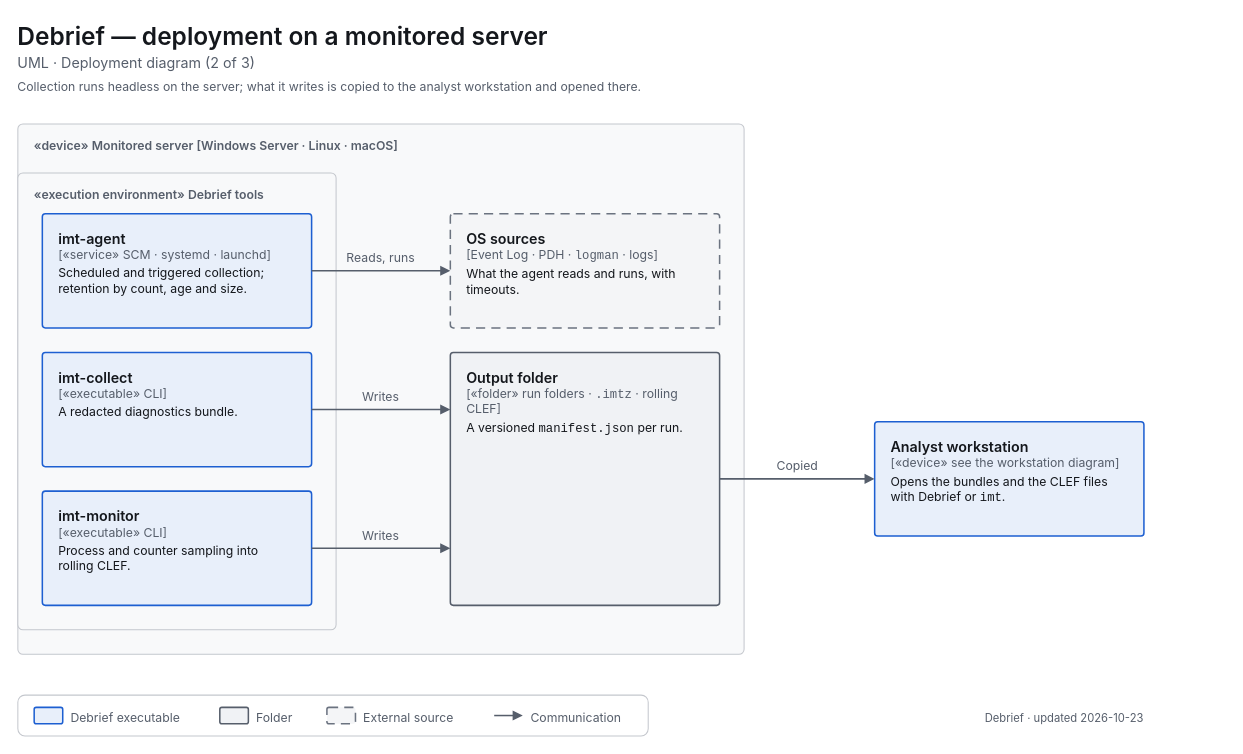
This is docs/diagrams/uml-deployment-server.drawio from decryp7/integrated_maintenance_tool, a draw.io file, before an edit. Source tidied: cells renumbered, new cells numbered last; positions are measured from the earlier drawing's top-left corner, leaving out a move shared by most shapes. Both pictures are drawn from the tidied source at 102%, with x=0, y=0 at pixel (17, 17).
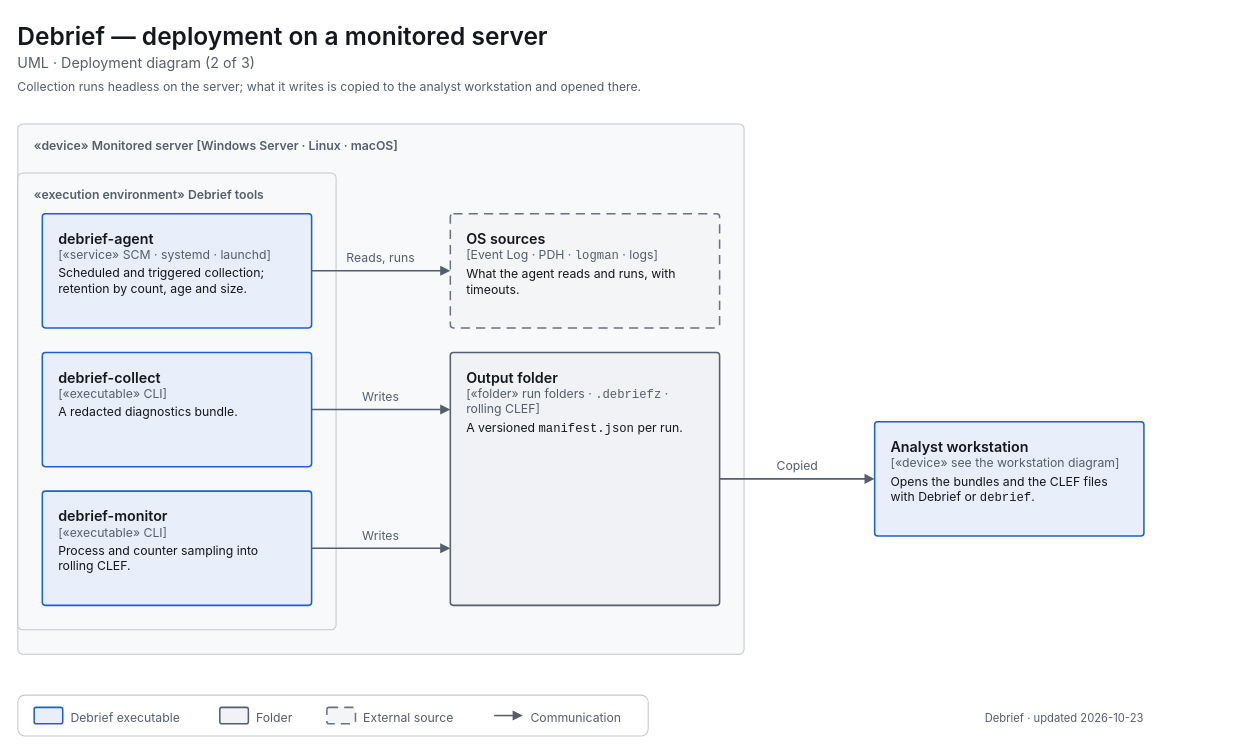
The same page after the edit.

Diff of the diagram source:
```diff
@@
-    <mxCell id="7" value="&lt;span style=&quot;font-size:14px;font-weight:600&quot;&gt;imt-agent&lt;/span&gt;&lt;br&gt;&lt;span style=&quot;font-size:12px;color:light-dark(#565E6B,#A0A7B2)&quot;&gt;[«service» SCM · systemd · launchd]&lt;/span&gt;&lt;br&gt;&lt;div style=&quot;margin-top:4px;font-size:12px&quot;&gt;Scheduled and triggered collection; retention by count, age and size.&lt;/div&gt;" style="html=1;whiteSpace=wrap;fontFamily=-apple-system,BlinkMacSystemFont,Segoe UI,system-ui,sans-serif;fontSize=12;fontColor=light-dark(#14171C,#ECEEF1);rounded=1;absoluteArcSize=1;arcSize=6;strokeWidth=1.5;strokeColor=light-dark(#1D5FD1,#5B9BFF);fillColor=light-dark(#E8EFFA,#202C3F);align=left;verticalAlign=top;spacingLeft=14;spacingRight=14;spacingTop=10;spacingBottom=8;" parent="1" vertex="1">
+    <mxCell id="7" value="&lt;span style=&quot;font-size:14px;font-weight:600&quot;&gt;debrief-agent&lt;/span&gt;&lt;br&gt;&lt;span style=&quot;font-size:12px;color:light-dark(#565E6B,#A0A7B2)&quot;&gt;[«service» SCM · systemd · launchd]&lt;/span&gt;&lt;br&gt;&lt;div style=&quot;margin-top:4px;font-size:12px&quot;&gt;Scheduled and triggered collection; retention by count, age and size.&lt;/div&gt;" style="html=1;whiteSpace=wrap;fontFamily=-apple-system,BlinkMacSystemFont,Segoe UI,system-ui,sans-serif;fontSize=12;fontColor=light-dark(#14171C,#ECEEF1);rounded=1;absoluteArcSize=1;arcSize=6;strokeWidth=1.5;strokeColor=light-dark(#1D5FD1,#5B9BFF);fillColor=light-dark(#E8EFFA,#202C3F);align=left;verticalAlign=top;spacingLeft=14;spacingRight=14;spacingTop=10;spacingBottom=8;" parent="1" vertex="1">
       <mxGeometry x="24" y="192" width="264" height="112" as="geometry" />
     </mxCell>
-    <mxCell id="8" value="&lt;span style=&quot;font-size:14px;font-weight:600&quot;&gt;imt-collect&lt;/span&gt;&lt;br&gt;&lt;span style=&quot;font-size:12px;color:light-dark(#565E6B,#A0A7B2)&quot;&gt;[«executable» CLI]&lt;/span&gt;&lt;br&gt;&lt;div style=&quot;margin-top:4px;font-size:12px&quot;&gt;A redacted diagnostics bundle.&lt;/div&gt;" style="html=1;whiteSpace=wrap;fontFamily=-apple-system,BlinkMacSystemFont,Segoe UI,system-ui,sans-serif;fontSize=12;fontColor=light-dark(#14171C,#ECEEF1);rounded=1;absoluteArcSize=1;arcSize=6;strokeWidth=1.5;strokeColor=light-dark(#1D5FD1,#5B9BFF);fillColor=light-dark(#E8EFFA,#202C3F);align=left;verticalAlign=top;spacingLeft=14;spacingRight=14;spacingTop=10;spacingBottom=8;" parent="1" vertex="1">
+    <mxCell id="8" value="&lt;span style=&quot;font-size:14px;font-weight:600&quot;&gt;debrief-collect&lt;/span&gt;&lt;br&gt;&lt;span style=&quot;font-size:12px;color:light-dark(#565E6B,#A0A7B2)&quot;&gt;[«executable» CLI]&lt;/span&gt;&lt;br&gt;&lt;div style=&quot;margin-top:4px;font-size:12px&quot;&gt;A redacted diagnostics bundle.&lt;/div&gt;" style="html=1;whiteSpace=wrap;fontFamily=-apple-system,BlinkMacSystemFont,Segoe UI,system-ui,sans-serif;fontSize=12;fontColor=light-dark(#14171C,#ECEEF1);rounded=1;absoluteArcSize=1;arcSize=6;strokeWidth=1.5;strokeColor=light-dark(#1D5FD1,#5B9BFF);fillColor=light-dark(#E8EFFA,#202C3F);align=left;verticalAlign=top;spacingLeft=14;spacingRight=14;spacingTop=10;spacingBottom=8;" parent="1" vertex="1">
       <mxGeometry x="24" y="328" width="264" height="112" as="geometry" />
     </mxCell>
-    <mxCell id="9" value="&lt;span style=&quot;font-size:14px;font-weight:600&quot;&gt;imt-monitor&lt;/span&gt;&lt;br&gt;&lt;span style=&quot;font-size:12px;color:light-dark(#565E6B,#A0A7B2)&quot;&gt;[«executable» CLI]&lt;/span&gt;&lt;br&gt;&lt;div style=&quot;margin-top:4px;font-size:12px&quot;&gt;Process and counter sampling into rolling CLEF.&lt;/div&gt;" style="html=1;whiteSpace=wrap;fontFamily=-apple-system,BlinkMacSystemFont,Segoe UI,system-ui,sans-serif;fontSize=12;fontColor=light-dark(#14171C,#ECEEF1);rounded=1;absoluteArcSize=1;arcSize=6;strokeWidth=1.5;strokeColor=light-dark(#1D5FD1,#5B9BFF);fillColor=light-dark(#E8EFFA,#202C3F);align=left;verticalAlign=top;spacingLeft=14;spacingRight=14;spacingTop=10;spacingBottom=8;" parent="1" vertex="1">
+    <mxCell id="9" value="&lt;span style=&quot;font-size:14px;font-weight:600&quot;&gt;debrief-monitor&lt;/span&gt;&lt;br&gt;&lt;span style=&quot;font-size:12px;color:light-dark(#565E6B,#A0A7B2)&quot;&gt;[«executable» CLI]&lt;/span&gt;&lt;br&gt;&lt;div style=&quot;margin-top:4px;font-size:12px&quot;&gt;Process and counter sampling into rolling CLEF.&lt;/div&gt;" style="html=1;whiteSpace=wrap;fontFamily=-apple-system,BlinkMacSystemFont,Segoe UI,system-ui,sans-serif;fontSize=12;fontColor=light-dark(#14171C,#ECEEF1);rounded=1;absoluteArcSize=1;arcSize=6;strokeWidth=1.5;strokeColor=light-dark(#1D5FD1,#5B9BFF);fillColor=light-dark(#E8EFFA,#202C3F);align=left;verticalAlign=top;spacingLeft=14;spacingRight=14;spacingTop=10;spacingBottom=8;" parent="1" vertex="1">
       <mxGeometry x="24" y="464" width="264" height="112" as="geometry" />
     </mxCell>
@@
-    <mxCell id="11" value="&lt;span style=&quot;font-size:14px;font-weight:600&quot;&gt;Output folder&lt;/span&gt;&lt;br&gt;&lt;span style=&quot;font-size:12px;color:light-dark(#565E6B,#A0A7B2)&quot;&gt;[«folder» run folders · &lt;span style=&quot;font-family:ui-monospace,SF Mono,Cascadia Mono,Consolas,monospace;white-space:nowrap&quot;&gt;.imtz&lt;/span&gt; · rolling CLEF]&lt;/span&gt;&lt;br&gt;&lt;div style=&quot;margin-top:4px;font-size:12px&quot;&gt;A versioned &lt;span style=&quot;font-family:ui-monospace,SF Mono,Cascadia Mono,Consolas,monospace;white-space:nowrap&quot;&gt;manifest.json&lt;/span&gt; per run.&lt;/div&gt;" style="html=1;whiteSpace=wrap;fontFamily=-apple-system,BlinkMacSystemFont,Segoe UI,system-ui,sans-serif;fontSize=12;fontColor=light-dark(#14171C,#ECEEF1);rounded=1;absoluteArcSize=1;arcSize=6;strokeWidth=1.5;strokeColor=light-dark(#565E6B,#A0A7B2);fillColor=light-dark(#F0F2F5,#1B1E23);align=left;verticalAlign=top;spacingLeft=14;spacingRight=14;spacingTop=10;spacingBottom=8;" parent="1" vertex="1">
+    <mxCell id="11" value="&lt;span style=&quot;font-size:14px;font-weight:600&quot;&gt;Output folder&lt;/span&gt;&lt;br&gt;&lt;span style=&quot;font-size:12px;color:light-dark(#565E6B,#A0A7B2)&quot;&gt;[«folder» run folders · &lt;span style=&quot;font-family:ui-monospace,SF Mono,Cascadia Mono,Consolas,monospace;white-space:nowrap&quot;&gt;.debriefz&lt;/span&gt; · rolling CLEF]&lt;/span&gt;&lt;br&gt;&lt;div style=&quot;margin-top:4px;font-size:12px&quot;&gt;A versioned &lt;span style=&quot;font-family:ui-monospace,SF Mono,Cascadia Mono,Consolas,monospace;white-space:nowrap&quot;&gt;manifest.json&lt;/span&gt; per run.&lt;/div&gt;" style="html=1;whiteSpace=wrap;fontFamily=-apple-system,BlinkMacSystemFont,Segoe UI,system-ui,sans-serif;fontSize=12;fontColor=light-dark(#14171C,#ECEEF1);rounded=1;absoluteArcSize=1;arcSize=6;strokeWidth=1.5;strokeColor=light-dark(#565E6B,#A0A7B2);fillColor=light-dark(#F0F2F5,#1B1E23);align=left;verticalAlign=top;spacingLeft=14;spacingRight=14;spacingTop=10;spacingBottom=8;" parent="1" vertex="1">
       <mxGeometry x="424" y="328" width="264" height="248" as="geometry" />
     </mxCell>
-    <mxCell id="12" value="&lt;span style=&quot;font-size:14px;font-weight:600&quot;&gt;Analyst workstation&lt;/span&gt;&lt;br&gt;&lt;span style=&quot;font-size:12px;color:light-dark(#565E6B,#A0A7B2)&quot;&gt;[«device» see the workstation diagram]&lt;/span&gt;&lt;br&gt;&lt;div style=&quot;margin-top:4px;font-size:12px&quot;&gt;Opens the bundles and the CLEF files with Debrief or &lt;span style=&quot;font-family:ui-monospace,SF Mono,Cascadia Mono,Consolas,monospace;white-space:nowrap&quot;&gt;imt&lt;/span&gt;.&lt;/div&gt;" style="html=1;whiteSpace=wrap;fontFamily=-apple-system,BlinkMacSystemFont,Segoe UI,system-ui,sans-serif;fontSize=12;fontColor=light-dark(#14171C,#ECEEF1);rounded=1;absoluteArcSize=1;arcSize=6;strokeWidth=1.5;strokeColor=light-dark(#1D5FD1,#5B9BFF);fillColor=light-dark(#E8EFFA,#202C3F);align=left;verticalAlign=top;spacingLeft=14;spacingRight=14;spacingTop=10;spacingBottom=8;" parent="1" vertex="1">
+    <mxCell id="12" value="&lt;span style=&quot;font-size:14px;font-weight:600&quot;&gt;Analyst workstation&lt;/span&gt;&lt;br&gt;&lt;span style=&quot;font-size:12px;color:light-dark(#565E6B,#A0A7B2)&quot;&gt;[«device» see the workstation diagram]&lt;/span&gt;&lt;br&gt;&lt;div style=&quot;margin-top:4px;font-size:12px&quot;&gt;Opens the bundles and the CLEF files with Debrief or &lt;span style=&quot;font-family:ui-monospace,SF Mono,Cascadia Mono,Consolas,monospace;white-space:nowrap&quot;&gt;debrief&lt;/span&gt;.&lt;/div&gt;" style="html=1;whiteSpace=wrap;fontFamily=-apple-system,BlinkMacSystemFont,Segoe UI,system-ui,sans-serif;fontSize=12;fontColor=light-dark(#14171C,#ECEEF1);rounded=1;absoluteArcSize=1;arcSize=6;strokeWidth=1.5;strokeColor=light-dark(#1D5FD1,#5B9BFF);fillColor=light-dark(#E8EFFA,#202C3F);align=left;verticalAlign=top;spacingLeft=14;spacingRight=14;spacingTop=10;spacingBottom=8;" parent="1" vertex="1">
       <mxGeometry x="840" y="396" width="264" height="112" as="geometry" />
     </mxCell>
```
